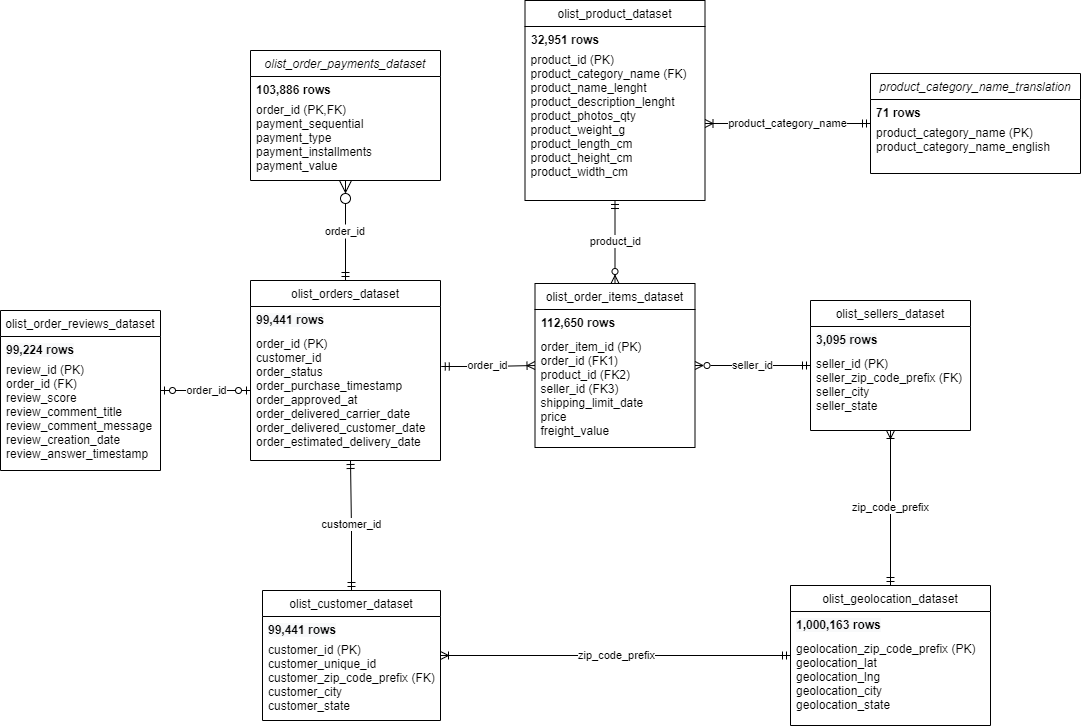
Earlier version of the draw.io export image/er.png (csanry/dsb). Source tidied: cells renumbered, new cells last; positions are measured from the earlier drawing's top-left corner, leaving out a move shared by most shapes.
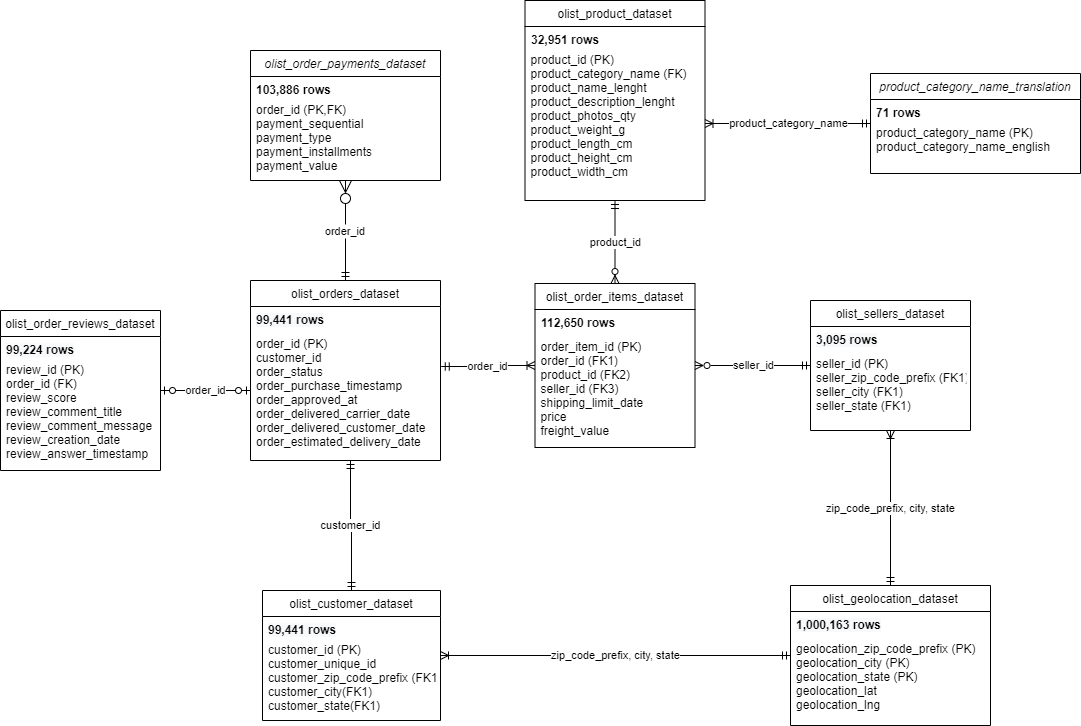
Later version of the same file.

The edit, as a diff of the source:
```diff
@@ -47,7 +47,7 @@
     <mxCell id="16" value="product_id (PK)&#10;product_category_name (FK)&#10;product_name_lenght&#10;product_description_lenght&#10;product_photos_qty&#10;product_weight_g&#10;product_length_cm&#10;product_height_cm&#10;product_width_cm&#10; " style="text;align=left;verticalAlign=top;spacingLeft=4;spacingRight=4;overflow=hidden;points=[[0,0.5],[1,0.5]];portConstraint=eastwest;rounded=0;shadow=0;html=0;" parent="14" vertex="1">
       <mxGeometry y="46" width="180" height="154" as="geometry" />
     </mxCell>
-    <mxCell id="17" value="zip_code_prefix" style="edgeStyle=orthogonalEdgeStyle;rounded=0;jettySize=auto;html=1;endArrow=ERmandOne;endFill=0;startArrow=ERoneToMany;startFill=0;" parent="1" edge="1" source="18" target="21">
+    <mxCell id="17" value="zip_code_prefix, city, state" style="edgeStyle=orthogonalEdgeStyle;rounded=0;jettySize=auto;html=1;endArrow=ERmandOne;endFill=0;startArrow=ERoneToMany;startFill=0;" parent="1" edge="1" source="18" target="21">
       <mxGeometry relative="1" as="geometry" />
     </mxCell>
     <mxCell id="18" value="olist_sellers_dataset" style="swimlane;fontStyle=0;align=center;verticalAlign=top;horizontal=1;startSize=26;rounded=0;shadow=0;strokeWidth=1;" parent="1" vertex="1">
@@ -56,7 +56,7 @@
     <mxCell id="19" value="&lt;span style=&quot;color: rgb(0, 0, 0); font-family: Helvetica; font-size: 12px; font-style: normal; font-variant-ligatures: normal; font-variant-caps: normal; letter-spacing: normal; orphans: 2; text-align: left; text-indent: 0px; text-transform: none; widows: 2; word-spacing: 0px; -webkit-text-stroke-width: 0px; background-color: rgb(248, 249, 250); text-decoration-thickness: initial; text-decoration-style: initial; text-decoration-color: initial; float: none; display: inline !important;&quot;&gt;3,095 rows&lt;/span&gt;" style="text;whiteSpace=wrap;html=1;fontStyle=1;spacingLeft=4;spacingRight=4;" parent="18" vertex="1">
       <mxGeometry y="26" width="160" height="24" as="geometry" />
     </mxCell>
-    <mxCell id="20" value="seller_id (PK)&#10;seller_zip_code_prefix (FK)&#10;seller_city&#10;seller_state&#10; " style="text;align=left;verticalAlign=top;spacingLeft=4;spacingRight=4;overflow=hidden;" parent="18" vertex="1">
+    <mxCell id="20" value="seller_id (PK)&#10;seller_zip_code_prefix (FK1)&#10;seller_city (FK1)&#10;seller_state (FK1)&#10; " style="text;align=left;verticalAlign=top;spacingLeft=4;spacingRight=4;overflow=hidden;" parent="18" vertex="1">
       <mxGeometry y="50" width="160" height="74" as="geometry" />
     </mxCell>
     <mxCell id="21" value="olist_geolocation_dataset" style="swimlane;fontStyle=0;align=center;verticalAlign=top;horizontal=1;startSize=26;rounded=0;shadow=0;strokeWidth=1;" parent="1" vertex="1">
@@ -65,7 +65,7 @@
     <mxCell id="22" value="&lt;span style=&quot;color: rgb(0, 0, 0); font-family: Helvetica; font-size: 12px; font-style: normal; font-variant-ligatures: normal; font-variant-caps: normal; letter-spacing: normal; orphans: 2; text-align: left; text-indent: 0px; text-transform: none; widows: 2; word-spacing: 0px; -webkit-text-stroke-width: 0px; background-color: rgb(248, 249, 250); text-decoration-thickness: initial; text-decoration-style: initial; text-decoration-color: initial; float: none; display: inline !important;&quot;&gt;1,000,163 rows&lt;/span&gt;" style="text;whiteSpace=wrap;html=1;fontSize=12;fontFamily=Helvetica;fontColor=default;fontStyle=1;spacingLeft=4;spacingRight=4;" parent="21" vertex="1">
       <mxGeometry y="26" width="200" height="24" as="geometry" />
     </mxCell>
-    <mxCell id="23" value="geolocation_zip_code_prefix (PK)&#10;geolocation_lat&#10;geolocation_lng&#10;geolocation_city&#10;geolocation_state&#10; " style="text;align=left;verticalAlign=top;spacingLeft=4;spacingRight=4;overflow=hidden;" parent="21" vertex="1">
+    <mxCell id="23" value="geolocation_zip_code_prefix (PK)&#10;geolocation_city (PK)&#10;geolocation_state (PK)&#10;geolocation_lat&#10;geolocation_lng&#10; " style="text;align=left;verticalAlign=top;spacingLeft=4;spacingRight=4;overflow=hidden;" parent="21" vertex="1">
       <mxGeometry y="50" width="200" height="84" as="geometry" />
     </mxCell>
     <mxCell id="24" value="customer_id" style="edgeStyle=orthogonalEdgeStyle;rounded=0;jettySize=auto;html=1;exitX=0.5;exitY=0;exitDx=0;exitDy=0;startArrow=ERmandOne;startFill=0;endArrow=ERmandOne;endFill=0;" parent="1" edge="1" source="25">
@@ -84,7 +84,7 @@
     <mxCell id="26" value="&lt;span style=&quot;color: rgb(0, 0, 0); font-family: Helvetica; font-size: 12px; font-style: normal; font-variant-ligatures: normal; font-variant-caps: normal; letter-spacing: normal; orphans: 2; text-align: left; text-indent: 0px; text-transform: none; widows: 2; word-spacing: 0px; -webkit-text-stroke-width: 0px; background-color: rgb(248, 249, 250); text-decoration-thickness: initial; text-decoration-style: initial; text-decoration-color: initial; float: none; display: inline !important;&quot;&gt;99,441 rows&lt;/span&gt;" style="text;whiteSpace=wrap;html=1;spacingLeft=4;spacingRight=4;fontStyle=1;" parent="25" vertex="1">
       <mxGeometry y="26" width="178" height="20" as="geometry" />
     </mxCell>
-    <mxCell id="27" value="customer_id (PK)&#10;customer_unique_id&#10;customer_zip_code_prefix (FK)&#10;customer_city&#10;customer_state&#10; " style="text;align=left;verticalAlign=top;spacingLeft=4;spacingRight=4;overflow=hidden;" parent="25" vertex="1">
+    <mxCell id="27" value="customer_id (PK)&#10;customer_unique_id&#10;customer_zip_code_prefix (FK1)&#10;customer_city(FK1)&#10;customer_state(FK1)&#10; " style="text;align=left;verticalAlign=top;spacingLeft=4;spacingRight=4;overflow=hidden;" parent="25" vertex="1">
       <mxGeometry y="46" width="178" height="84" as="geometry" />
     </mxCell>
     <mxCell id="28" value="olist_order_reviews_dataset" style="swimlane;fontStyle=0;align=center;verticalAlign=top;horizontal=1;startSize=26;rounded=0;shadow=0;strokeWidth=1;" parent="1" vertex="1">
@@ -102,7 +102,7 @@
     <mxCell id="32" value="order_id" style="edgeStyle=orthogonalEdgeStyle;rounded=0;jettySize=auto;html=1;exitX=1.004;exitY=0.3;exitDx=0;exitDy=0;entryX=0;entryY=0.5;entryDx=0;entryDy=0;endArrow=ERoneToMany;endFill=0;startArrow=ERmandOne;startFill=0;exitPerimeter=0;" parent="1" edge="1" source="7" target="10">
       <mxGeometry relative="1" as="geometry" />
     </mxCell>
-    <mxCell id="33" value="zip_code_prefix" style="edgeStyle=orthogonalEdgeStyle;rounded=0;jettySize=auto;html=1;entryX=0;entryY=0.5;entryDx=0;entryDy=0;startArrow=ERoneToMany;startFill=0;endArrow=ERmandOne;endFill=0;exitX=1;exitY=0.5;exitDx=0;exitDy=0;" parent="1" edge="1" source="25" target="21">
+    <mxCell id="33" value="zip_code_prefix, city, state" style="edgeStyle=orthogonalEdgeStyle;rounded=0;jettySize=auto;html=1;entryX=0;entryY=0.5;entryDx=0;entryDy=0;startArrow=ERoneToMany;startFill=0;endArrow=ERmandOne;endFill=0;exitX=1;exitY=0.5;exitDx=0;exitDy=0;" parent="1" edge="1" source="25" target="21">
       <mxGeometry relative="1" as="geometry" />
     </mxCell>
     <mxCell id="34" style="edgeStyle=none;rounded=0;orthogonalLoop=1;jettySize=auto;html=1;exitX=0.5;exitY=0;exitDx=0;exitDy=0;" parent="1" edge="1" source="28" target="28">
```
